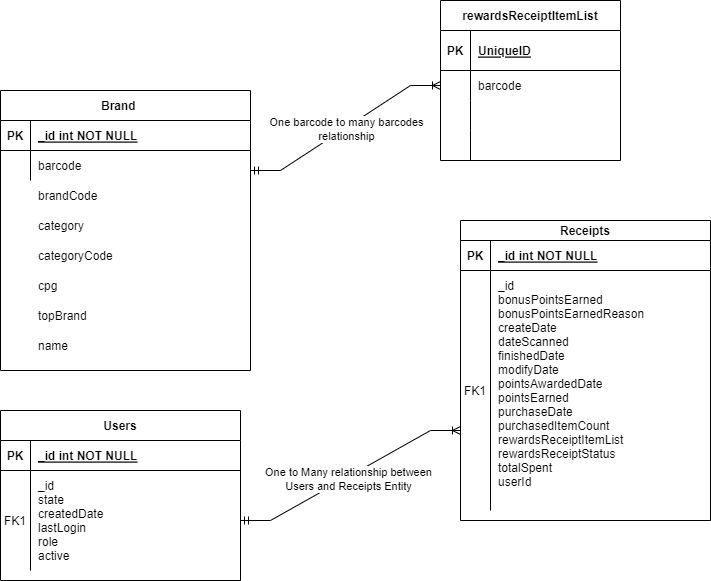
Dishav2/fetch_data_analyst keeps this draw.io diagram as Disha_Verma_Data_Analyst.drawio.png. Above is the earlier version. Source tidied: cells renumbered, new cells last; positions are measured from the earlier drawing's top-left corner, leaving out a move shared by most shapes.
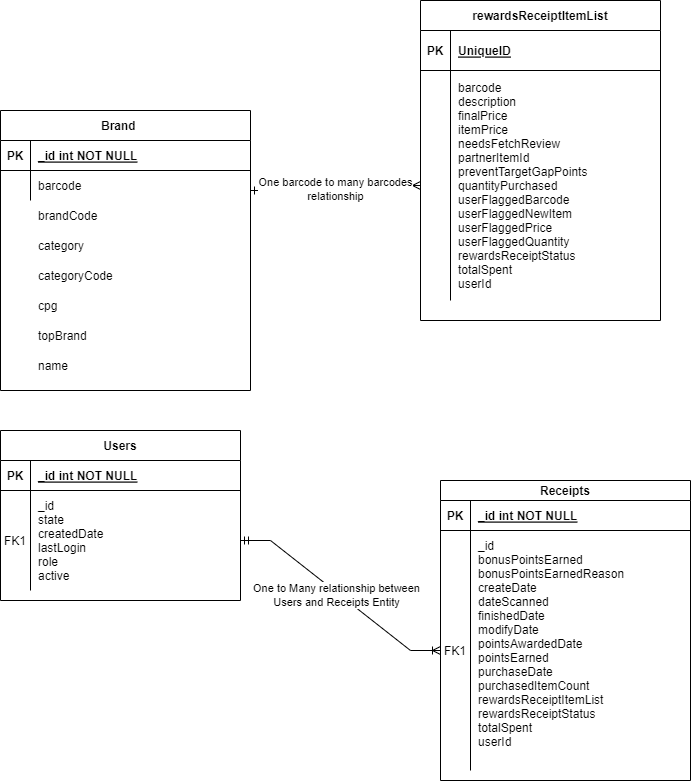
The same file after the commit.

What changed in the source:
```diff
@@ -3,7 +3,7 @@
     <mxCell id="0" />
     <mxCell id="1" parent="0" />
     <mxCell id="2" value="Receipts" style="shape=table;startSize=20;rowLines=0;fontStyle=1;align=center;" parent="1" vertex="1">
-      <mxGeometry x="460" y="220" width="250" height="300" as="geometry" />
+      <mxGeometry x="440" y="460" width="250" height="300" as="geometry" />
     </mxCell>
     <mxCell id="3" style="shape=partialRectangle;fillColor=none;top=0;left=0;right=0;bottom=1;" parent="2" vertex="1">
       <mxGeometry y="20" width="250" height="30" as="geometry" />
@@ -83,53 +83,33 @@
     <mxCell id="28" value="name" style="shape=partialRectangle;overflow=hidden;fillColor=none;top=0;left=0;bottom=0;right=0;align=left;spacingLeft=6;" parent="1" vertex="1">
       <mxGeometry x="30" y="330" width="220" height="30" as="geometry" />
     </mxCell>
-    <mxCell id="29" style="edgeStyle=entityRelationEdgeStyle;fontSize=12;html=1;endArrow=ERoneToMany;startArrow=ERmandOne;rounded=0;exitX=1;exitY=0.5;exitDx=0;exitDy=0;" parent="1" edge="1" source="13">
-      <mxGeometry relative="1" as="geometry">
-        <mxPoint x="460" y="430" as="targetPoint" />
-      </mxGeometry>
+    <mxCell id="29" style="edgeStyle=entityRelationEdgeStyle;fontSize=12;html=1;endArrow=ERoneToMany;startArrow=ERmandOne;rounded=0;exitX=1;exitY=0.5;exitDx=0;exitDy=0;entryX=0;entryY=0.5;entryDx=0;entryDy=0;" parent="1" edge="1" source="13" target="6">
+      <mxGeometry relative="1" as="geometry" />
     </mxCell>
     <mxCell id="30" value="One to Many relationship between &lt;br&gt;Users and Receipts Entity" style="edgeLabel;html=1;align=center;verticalAlign=middle;" parent="29" vertex="1">
       <mxGeometry x="-0.03" y="-2" relative="1" as="geometry" />
     </mxCell>
     <mxCell id="31" value="rewardsReceiptItemList" style="shape=table;startSize=30;rowLines=0;fontStyle=1;align=center;" parent="1" vertex="1">
-      <mxGeometry x="440" width="180" height="160" as="geometry" />
+      <mxGeometry x="420" y="-20" width="240" height="320" as="geometry" />
     </mxCell>
     <mxCell id="32" style="shape=tableRow;horizontal=0;startSize=0;swimlaneHead=0;swimlaneBody=0;fillColor=none;top=0;left=0;right=0;bottom=1;" parent="31" vertex="1">
-      <mxGeometry y="30" width="180" height="40" as="geometry" />
+      <mxGeometry y="30" width="240" height="40" as="geometry" />
     </mxCell>
     <mxCell id="33" value="PK" style="shape=partialRectangle;fillColor=none;top=0;left=0;bottom=0;right=0;fontStyle=1;overflow=hidden;" parent="32" vertex="1">
       <mxGeometry width="30" height="40" as="geometry" />
     </mxCell>
     <mxCell id="34" value="UniqueID" style="shape=partialRectangle;fillColor=none;top=0;left=0;bottom=0;right=0;align=left;spacingLeft=6;fontStyle=5;overflow=hidden;" parent="32" vertex="1">
-      <mxGeometry x="30" width="150" height="40" as="geometry" />
+      <mxGeometry x="30" width="210" height="40" as="geometry" />
     </mxCell>
     <mxCell id="35" style="shape=tableRow;horizontal=0;startSize=0;swimlaneHead=0;swimlaneBody=0;fillColor=none;points=[[0,0.5],[1,0.5]];portConstraint=eastwest;top=0;left=0;right=0;bottom=0;" parent="31" vertex="1">
-      <mxGeometry y="70" width="180" height="30" as="geometry" />
+      <mxGeometry y="70" width="240" height="230" as="geometry" />
     </mxCell>
     <mxCell id="36" style="shape=partialRectangle;fillColor=none;top=0;left=0;bottom=0;right=0;overflow=hidden;" parent="35" vertex="1">
-      <mxGeometry width="30" height="30" as="geometry" />
+      <mxGeometry width="30" height="230" as="geometry" />
     </mxCell>
-    <mxCell id="37" value="barcode" style="shape=partialRectangle;fillColor=none;top=0;left=0;bottom=0;right=0;align=left;spacingLeft=6;overflow=hidden;" parent="35" vertex="1">
-      <mxGeometry x="30" width="150" height="30" as="geometry" />
+    <mxCell id="37" value="barcode&#10;description&#10;finalPrice&#10;itemPrice&#10;needsFetchReview&#10;partnerItemId&#10;preventTargetGapPoints&#10;quantityPurchased&#10;userFlaggedBarcode&#10;userFlaggedNewItem&#10;userFlaggedPrice&#10;userFlaggedQuantity&#10;rewardsReceiptStatus&#10;totalSpent&#10;userId" style="shape=partialRectangle;fillColor=none;top=0;left=0;bottom=0;right=0;align=left;spacingLeft=6;overflow=hidden;" parent="35" vertex="1">
+      <mxGeometry x="30" width="210" height="230" as="geometry" />
     </mxCell>
-    <mxCell id="38" style="shape=tableRow;horizontal=0;startSize=0;swimlaneHead=0;swimlaneBody=0;fillColor=none;top=0;left=0;right=0;bottom=0;" parent="31" vertex="1">
-      <mxGeometry y="100" width="180" height="30" as="geometry" />
-    </mxCell>
-    <mxCell id="39" style="shape=partialRectangle;fillColor=none;top=0;left=0;bottom=0;right=0;overflow=hidden;" parent="38" vertex="1">
-      <mxGeometry width="30" height="30" as="geometry" />
-    </mxCell>
-    <mxCell id="40" style="shape=partialRectangle;fillColor=none;top=0;left=0;bottom=0;right=0;align=left;spacingLeft=6;overflow=hidden;" parent="38" vertex="1">
-      <mxGeometry x="30" width="150" height="30" as="geometry" />
-    </mxCell>
-    <mxCell id="41" style="shape=tableRow;horizontal=0;startSize=0;swimlaneHead=0;swimlaneBody=0;fillColor=none;top=0;left=0;right=0;bottom=0;" parent="31" vertex="1">
-      <mxGeometry y="130" width="180" height="30" as="geometry" />
-    </mxCell>
-    <mxCell id="42" style="shape=partialRectangle;fillColor=none;top=0;left=0;bottom=0;right=0;overflow=hidden;" parent="41" vertex="1">
-      <mxGeometry width="30" height="30" as="geometry" />
-    </mxCell>
-    <mxCell id="43" style="shape=partialRectangle;fillColor=none;top=0;left=0;bottom=0;right=0;align=left;spacingLeft=6;overflow=hidden;" parent="41" vertex="1">
-      <mxGeometry x="30" width="150" height="30" as="geometry" />
-    </mxCell>
     <mxCell id="44" style="edgeStyle=entityRelationEdgeStyle;fontSize=12;html=1;endArrow=ERoneToMany;startArrow=ERmandOne;rounded=0;entryX=0;entryY=0.5;entryDx=0;entryDy=0;" parent="1" edge="1" target="35">
       <mxGeometry relative="1" as="geometry">
         <mxPoint x="250" y="170" as="sourcePoint" />
```
